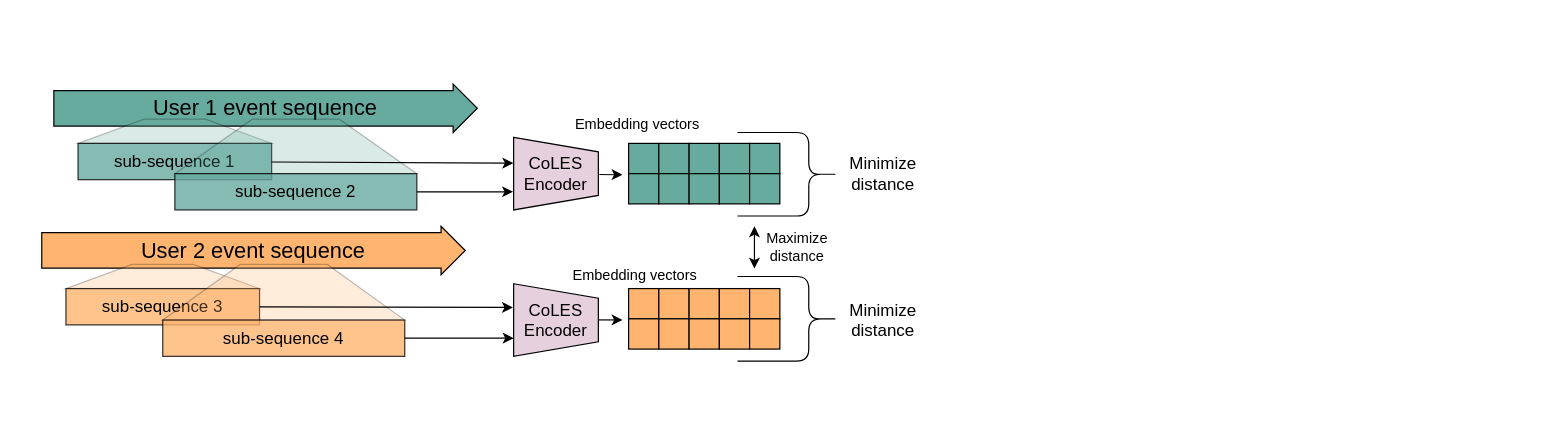
Before: figures/CoLES.drawio in dllllb/coles-paper-txt, a draw.io diagram. Source tidied: cells renumbered, new cells numbered last; positions are measured from the earlier drawing's top-left corner, leaving out a move shared by most shapes. Both pictures are drawn from the tidied source at 121%, with x=0, y=0 at pixel (41, 83).
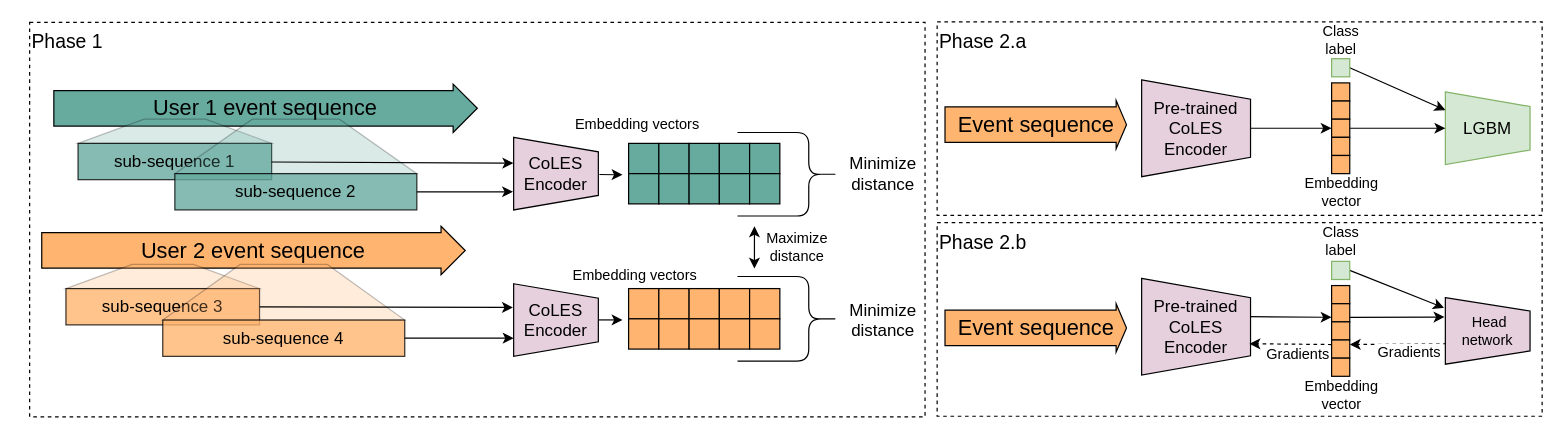
The same diagram, later.

What changed in the source:
```diff
@@
+    <mxCell id="48" value="Phase 2.a" style="rounded=0;whiteSpace=wrap;html=1;dashed=1;fillColor=none;fontSize=16;align=left;verticalAlign=top;" parent="1" vertex="1">
+      <mxGeometry x="740" y="-51.5" width="500" height="160" as="geometry" />
+    </mxCell>
+    <mxCell id="49" value="Phase 2.b" style="rounded=0;whiteSpace=wrap;html=1;fillColor=none;fontSize=16;align=left;verticalAlign=top;dashed=1;" parent="1" vertex="1">
+      <mxGeometry x="740" y="114.5" width="500" height="160" as="geometry" />
+    </mxCell>
+    <mxCell id="50" value="Phase 1" style="rounded=0;whiteSpace=wrap;html=1;fontSize=16;fillColor=none;verticalAlign=top;align=left;dashed=1;" parent="1" vertex="1">
+      <mxGeometry x="-10" y="-51" width="740" height="326" as="geometry" />
+    </mxCell>
+    <mxCell id="43" style="shape=curlyBracket;whiteSpace=wrap;html=1;rounded=1;fillColor=#FFCC99;direction=west;size=0.30709939148072785;" parent="1" vertex="1">
+      <mxGeometry x="575" y="159" width="85" height="70" as="geometry" />
+    </mxCell>
@@
-    <mxCell id="43" style="shape=curlyBracket;whiteSpace=wrap;html=1;rounded=1;fillColor=#FFCC99;direction=west;size=0.30709939148072785;" parent="1" vertex="1">
-      <mxGeometry x="575" y="159" width="85" height="70" as="geometry" />
-    </mxCell>
@@
+    <mxCell id="51" style="rounded=0;jettySize=auto;html=1;entryX=1;entryY=0.25;entryDx=0;entryDy=0;exitX=0.397;exitY=0.014;exitDx=0;exitDy=0;exitPerimeter=0;" parent="1" edge="1" source="52" target="71">
+      <mxGeometry relative="1" as="geometry" />
+    </mxCell>
+    <mxCell id="52" value="&lt;font style=&quot;font-size: 14px&quot;&gt;Pre-trained CoLES&lt;br&gt;Encoder&lt;/font&gt;" style="shape=trapezoid;perimeter=trapezoidPerimeter;whiteSpace=wrap;html=1;fillColor=#E6D0DE;direction=south;" parent="1" vertex="1">
+      <mxGeometry x="909" y="160.5" width="90" height="80" as="geometry" />
+    </mxCell>
+    <mxCell id="53" value="Embedding&lt;br&gt;vector" style="text;html=1;align=center;verticalAlign=middle;" parent="1" vertex="1">
+      <mxGeometry x="1034.3" y="241.5" width="80" height="30" as="geometry" />
+    </mxCell>
+    <mxCell id="54" style="edgeStyle=none;rounded=0;jettySize=auto;html=1;exitX=0.692;exitY=0.981;exitDx=0;exitDy=0;entryX=0;entryY=0.75;entryDx=0;entryDy=0;dashed=1;verticalAlign=middle;exitPerimeter=0;" parent="1" edge="1" source="56" target="73">
+      <mxGeometry relative="1" as="geometry" />
+    </mxCell>
+    <mxCell id="55" value="Gradients" style="text;html=1;align=center;verticalAlign=middle;labelBackgroundColor=#ffffff;rotation=0;" parent="54" vertex="1">
+      <mxGeometry x="-0.05" y="2" relative="1" as="geometry">
+        <mxPoint x="6.1" y="4.6" as="offset" />
+      </mxGeometry>
+    </mxCell>
+    <mxCell id="56" value="&lt;span style=&quot;font-size: 12px;&quot;&gt;&amp;nbsp;Head&lt;br style=&quot;font-size: 12px;&quot;&gt;network&lt;br style=&quot;font-size: 12px;&quot;&gt;&lt;/span&gt;" style="shape=trapezoid;perimeter=trapezoidPerimeter;whiteSpace=wrap;html=1;fillColor=#E6D0DE;direction=south;fontSize=12;" parent="1" vertex="1">
+      <mxGeometry x="1160" y="176.5" width="70" height="55" as="geometry" />
+    </mxCell>
+    <mxCell id="57" style="edgeStyle=none;rounded=0;jettySize=auto;html=1;exitX=0;exitY=0.25;exitDx=0;exitDy=0;entryX=0.291;entryY=1.01;entryDx=0;entryDy=0;entryPerimeter=0;" parent="1" edge="1" source="71" target="56">
+      <mxGeometry relative="1" as="geometry" />
+    </mxCell>
+    <mxCell id="58" style="edgeStyle=none;rounded=0;jettySize=auto;html=1;exitX=1;exitY=0.75;exitDx=0;exitDy=0;dashed=1;entryX=0.676;entryY=0.01;entryDx=0;entryDy=0;entryPerimeter=0;" parent="1" edge="1" source="73" target="52">
+      <mxGeometry relative="1" as="geometry" />
+    </mxCell>
+    <mxCell id="59" value="Gradients" style="text;html=1;align=center;verticalAlign=middle;labelBackgroundColor=#ffffff;" parent="58" vertex="1">
+      <mxGeometry x="-0.22" relative="1" as="geometry">
+        <mxPoint x="-2.9" y="8.8" as="offset" />
+      </mxGeometry>
+    </mxCell>
+    <mxCell id="60" value="&lt;font style=&quot;font-size: 18px&quot;&gt;Event sequence&lt;/font&gt;" style="shape=singleArrow;whiteSpace=wrap;html=1;fillColor=#FFB570;arrowWidth=0.7333333333333333;arrowSize=0.05714285714285714;" parent="1" vertex="1">
+      <mxGeometry x="746.5" y="181.5" width="150" height="40" as="geometry" />
+    </mxCell>
+    <mxCell id="61" style="rounded=0;jettySize=auto;html=1;entryX=1;entryY=0.5;entryDx=0;entryDy=0;exitX=0.5;exitY=0;exitDx=0;exitDy=0;" parent="1" edge="1" source="62" target="82">
+      <mxGeometry relative="1" as="geometry" />
+    </mxCell>
+    <mxCell id="62" value="&lt;font style=&quot;font-size: 14px&quot;&gt;Pre-trained CoLES&lt;br&gt;Encoder&lt;/font&gt;" style="shape=trapezoid;perimeter=trapezoidPerimeter;whiteSpace=wrap;html=1;fillColor=#E6D0DE;direction=south;" parent="1" vertex="1">
+      <mxGeometry x="909" y="-3.5" width="90" height="80" as="geometry" />
+    </mxCell>
+    <mxCell id="63" value="&lt;span style=&quot;font-size: 14px&quot;&gt;LGBM&lt;/span&gt;" style="shape=trapezoid;perimeter=trapezoidPerimeter;whiteSpace=wrap;html=1;fillColor=#d5e8d4;direction=south;strokeColor=#82b366;" parent="1" vertex="1">
+      <mxGeometry x="1160" y="6.5" width="70" height="60" as="geometry" />
+    </mxCell>
+    <mxCell id="64" style="edgeStyle=none;rounded=0;jettySize=auto;html=1;exitX=0;exitY=0.5;exitDx=0;exitDy=0;entryX=0.5;entryY=1;entryDx=0;entryDy=0;" parent="1" edge="1" source="82" target="63">
+      <mxGeometry relative="1" as="geometry" />
+    </mxCell>
+    <mxCell id="65" value="&lt;font style=&quot;font-size: 18px&quot;&gt;Event sequence&lt;/font&gt;" style="shape=singleArrow;whiteSpace=wrap;html=1;fillColor=#FFB570;arrowWidth=0.7333333333333333;arrowSize=0.05714285714285714;" parent="1" vertex="1">
+      <mxGeometry x="746.5" y="13.5" width="150" height="40" as="geometry" />
+    </mxCell>
+    <mxCell id="66" style="edgeStyle=none;rounded=0;jettySize=auto;html=1;exitX=0;exitY=0.5;exitDx=0;exitDy=0;entryX=0.153;entryY=1.016;entryDx=0;entryDy=0;entryPerimeter=0;" parent="1" edge="1" source="68" target="56">
+      <mxGeometry relative="1" as="geometry" />
+    </mxCell>
+    <mxCell id="67" value="Class label" style="text;html=1;strokeColor=none;fillColor=none;align=center;verticalAlign=middle;whiteSpace=wrap;rounded=0;" parent="1" vertex="1">
+      <mxGeometry x="1054.3" y="114.5" width="40" height="30" as="geometry" />
+    </mxCell>
+    <mxCell id="68" style="whiteSpace=wrap;html=1;fillColor=#d5e8d4;rotation=90;direction=south;strokeColor=#82b366;" parent="1" vertex="1">
+      <mxGeometry x="1066" y="146.5" width="15" height="15" as="geometry" />
+    </mxCell>
+    <mxCell id="69" style="group;" parent="1" vertex="1">
+      <mxGeometry x="1066" y="166.5" width="15" height="75" as="geometry" />
+    </mxCell>
+    <mxCell id="70" style="whiteSpace=wrap;html=1;fillColor=#FFB570;rotation=90;direction=south;" parent="69" vertex="1">
+      <mxGeometry width="15" height="15" as="geometry" />
+    </mxCell>
+    <mxCell id="71" style="whiteSpace=wrap;html=1;fillColor=#FFB570;rotation=90;direction=south;" parent="69" vertex="1">
+      <mxGeometry y="15" width="15" height="15" as="geometry" />
+    </mxCell>
+    <mxCell id="72" style="whiteSpace=wrap;html=1;fillColor=#FFB570;rotation=90;direction=south;" parent="69" vertex="1">
+      <mxGeometry y="30" width="15" height="15" as="geometry" />
+    </mxCell>
+    <mxCell id="73" style="whiteSpace=wrap;html=1;fillColor=#FFB570;rotation=90;direction=south;" parent="69" vertex="1">
+      <mxGeometry y="45" width="15" height="15" as="geometry" />
+    </mxCell>
+    <mxCell id="74" style="whiteSpace=wrap;html=1;fillColor=#FFB570;rotation=90;direction=south;" parent="69" vertex="1">
+      <mxGeometry y="60" width="15" height="15" as="geometry" />
+    </mxCell>
+    <mxCell id="75" value="Embedding&lt;br&gt;vector" style="text;html=1;align=center;verticalAlign=middle;" parent="1" vertex="1">
+      <mxGeometry x="1034.3" y="74" width="80" height="30" as="geometry" />
+    </mxCell>
+    <mxCell id="76" value="Class label" style="text;html=1;strokeColor=none;fillColor=none;align=center;verticalAlign=middle;whiteSpace=wrap;rounded=0;" parent="1" vertex="1">
+      <mxGeometry x="1053.5" y="-51" width="40" height="29.5" as="geometry" />
+    </mxCell>
+    <mxCell id="77" style="edgeStyle=none;rounded=0;jettySize=auto;html=1;exitX=0;exitY=0.5;exitDx=0;exitDy=0;entryX=0.25;entryY=1;entryDx=0;entryDy=0;fontSize=10;" parent="1" edge="1" source="78" target="63">
+      <mxGeometry relative="1" as="geometry" />
+    </mxCell>
+    <mxCell id="78" style="whiteSpace=wrap;html=1;fillColor=#d5e8d4;rotation=90;direction=south;strokeColor=#82b366;" parent="1" vertex="1">
+      <mxGeometry x="1066" y="-21" width="15" height="15" as="geometry" />
+    </mxCell>
+    <mxCell id="79" style="group;" parent="1" vertex="1">
+      <mxGeometry x="1066" y="-1" width="15" height="75" as="geometry" />
+    </mxCell>
+    <mxCell id="80" style="whiteSpace=wrap;html=1;fillColor=#FFB570;rotation=90;direction=south;" parent="79" vertex="1">
+      <mxGeometry width="15" height="15" as="geometry" />
+    </mxCell>
+    <mxCell id="81" style="whiteSpace=wrap;html=1;fillColor=#FFB570;rotation=90;direction=south;" parent="79" vertex="1">
+      <mxGeometry y="15" width="15" height="15" as="geometry" />
+    </mxCell>
+    <mxCell id="82" style="whiteSpace=wrap;html=1;fillColor=#FFB570;rotation=90;direction=south;" parent="79" vertex="1">
+      <mxGeometry y="30" width="15" height="15" as="geometry" />
+    </mxCell>
+    <mxCell id="83" style="whiteSpace=wrap;html=1;fillColor=#FFB570;rotation=90;direction=south;" parent="79" vertex="1">
+      <mxGeometry y="45" width="15" height="15" as="geometry" />
+    </mxCell>
+    <mxCell id="84" style="whiteSpace=wrap;html=1;fillColor=#FFB570;rotation=90;direction=south;" parent="79" vertex="1">
+      <mxGeometry y="60" width="15" height="15" as="geometry" />
+    </mxCell>
+    <mxCell id="85" style="edgeStyle=none;rounded=0;orthogonalLoop=1;jettySize=auto;html=1;exitX=0;exitY=0.5;exitDx=0;exitDy=0;fontSize=16;" parent="1" edge="1" source="50" target="50">
+      <mxGeometry relative="1" as="geometry" />
+    </mxCell>
+    <mxCell id="86" style="edgeStyle=none;rounded=0;orthogonalLoop=1;jettySize=auto;html=1;exitX=0;exitY=0.5;exitDx=0;exitDy=0;fontSize=16;" parent="1" edge="1" source="48" target="48">
+      <mxGeometry relative="1" as="geometry" />
+    </mxCell>
```
